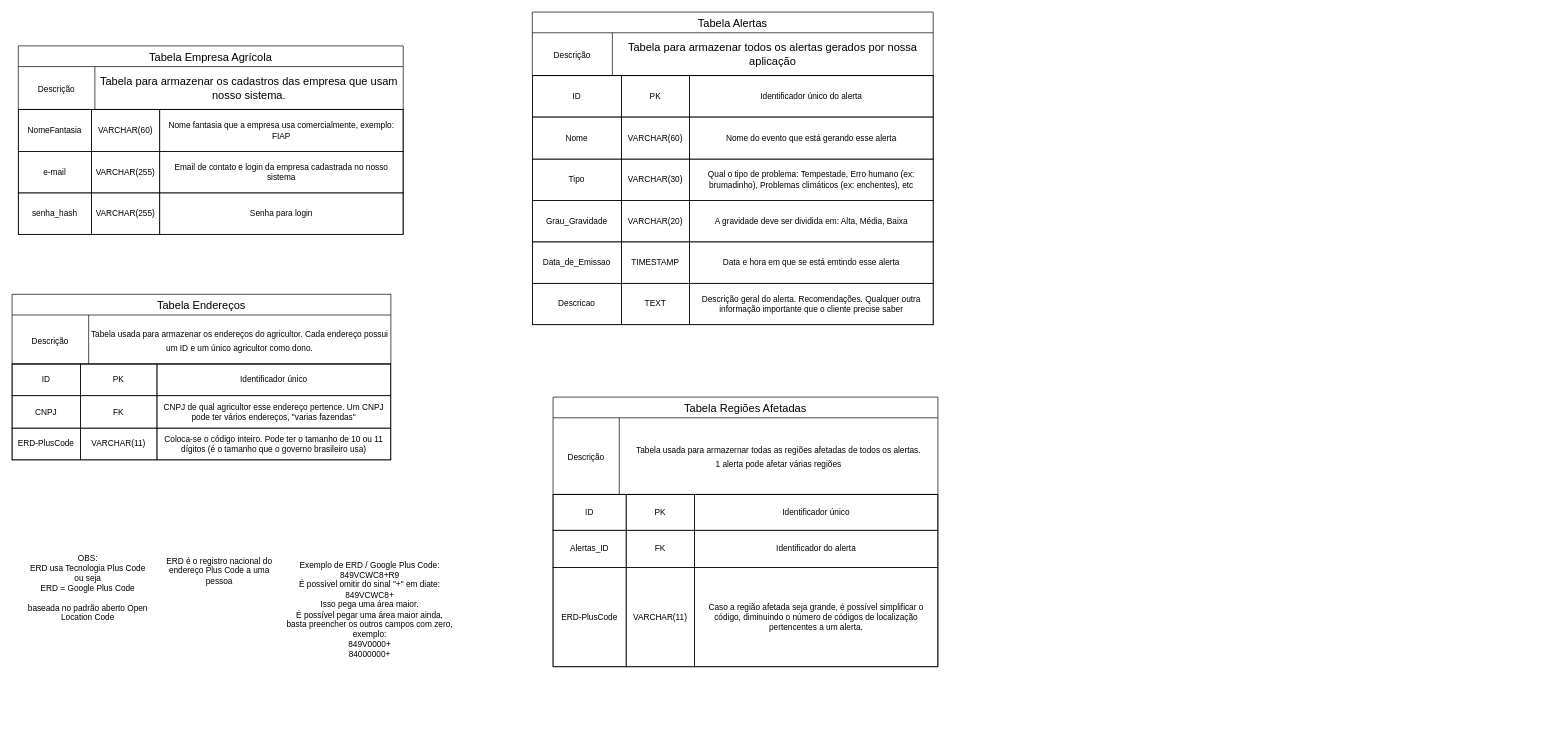
Above: page "Dicionário de dados" (3 of 3) of docs/database-design/Diagrama-ER.drawio in Code-Masters-F/GeoAlerta (draw.io), before the change. Source tidied: cells renumbered, new cells numbered last; positions are measured from the earlier drawing's top-left corner, leaving out a move shared by most shapes. Both pictures are drawn from the tidied source at 69%, with x=0, y=0 at pixel (12, 12).
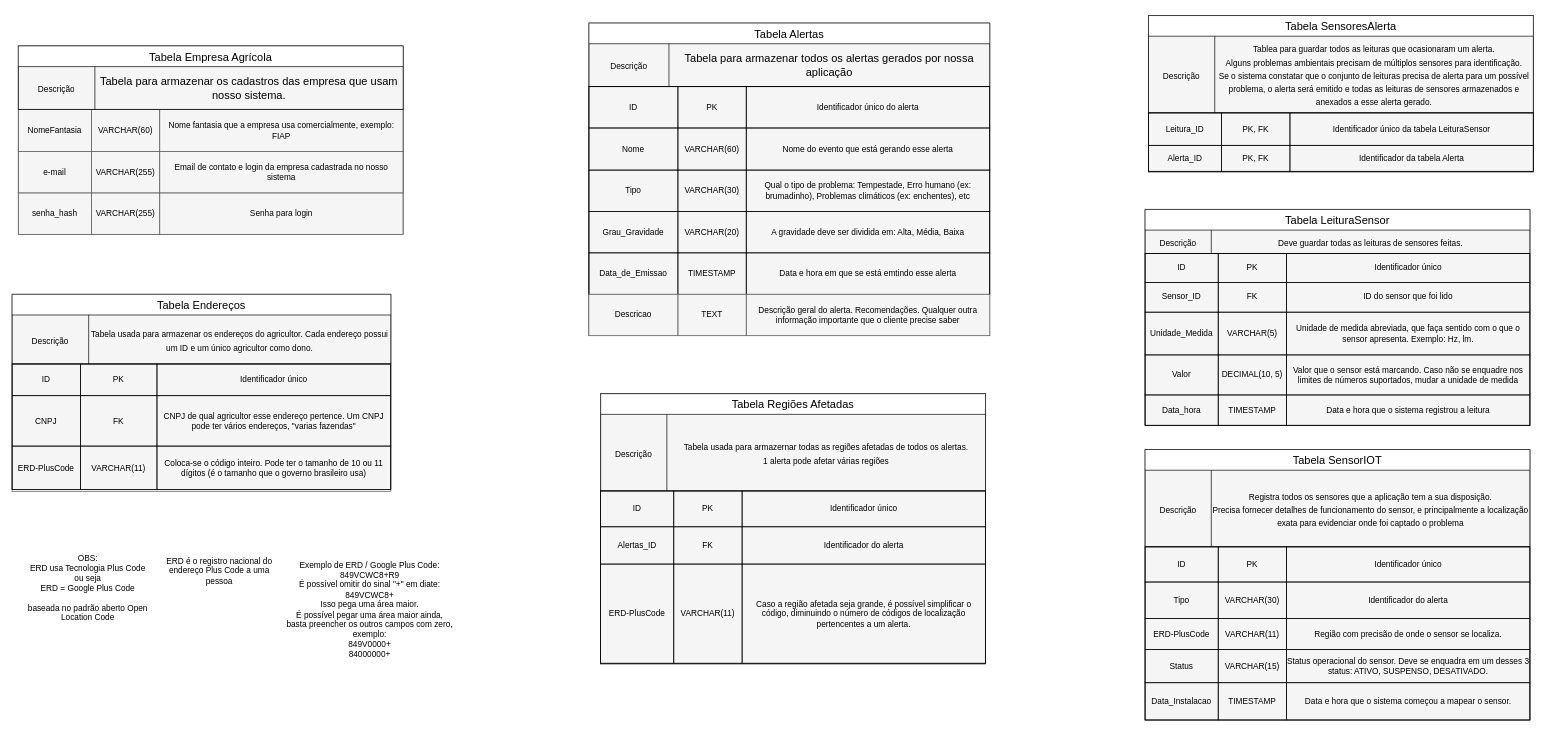
The same diagram, later.

The change refers to these unchanged cells:
```xml
<mxCell id="6" style="childLayout=tableLayout;shadow=0;fillColor=none;" parent="5" vertex="1">
  <mxGeometry y="92.1" width="580.9" height="361" as="geometry" />
</mxCell>
```

Change to the diagram source:
```diff
@@
-    <mxCell id="5" style="group;" parent="1" vertex="1">
-      <mxGeometry x="754" width="581" height="393.1" as="geometry" />
+    <mxCell id="5" style="group;fillColor=#f5f5f5;fontColor=#333333;strokeColor=#666666;" parent="1" vertex="1">
+      <mxGeometry x="836" y="15.9" width="581" height="393.1" as="geometry" />
     </mxCell>
@@
-    <mxCell id="27" style="shape=tableRow;horizontal=0;startSize=0;swimlaneHead=0;swimlaneBody=0;top=0;left=0;bottom=0;right=0;fontStyle=0;fillColor=none;strokeColor=inherit;" parent="6" vertex="1">
+    <mxCell id="27" style="shape=tableRow;horizontal=0;startSize=0;swimlaneHead=0;swimlaneBody=0;top=0;left=0;bottom=0;right=0;fontStyle=0;fillColor=#f5f5f5;strokeColor=#666666;fontColor=#333333;" parent="6" vertex="1">
       <mxGeometry y="301" width="580.9" height="60" as="geometry" />
     </mxCell>
@@
-    <mxCell id="35" style="group;" parent="1" vertex="1">
-      <mxGeometry x="784" y="558" width="557.9" height="392" as="geometry" />
+    <mxCell id="35" style="group;fillColor=#f5f5f5;fontColor=#333333;strokeColor=#666666;" parent="1" vertex="1">
+      <mxGeometry x="853" y="553" width="557.9" height="392" as="geometry" />
     </mxCell>
@@
-    <mxCell id="53" style="group;" parent="1" vertex="1">
+    <mxCell id="53" style="group;fillColor=#f5f5f5;fontColor=#333333;strokeColor=#666666;" parent="1" vertex="1">
       <mxGeometry y="409" width="549" height="286" as="geometry" />
     </mxCell>
     <mxCell id="54" style="childLayout=tableLayout;shadow=0;fillColor=none;" parent="53" vertex="1">
-      <mxGeometry y="101" width="548.7" height="139" as="geometry" />
+      <mxGeometry y="101" width="548.7" height="182.2" as="geometry" />
     </mxCell>
@@
     <mxCell id="59" style="shape=tableRow;horizontal=0;startSize=0;swimlaneHead=0;swimlaneBody=0;top=0;left=0;bottom=0;right=0;fontStyle=0;fillColor=none;strokeColor=inherit;" parent="54" vertex="1">
-      <mxGeometry y="46" width="548.7" height="47" as="geometry" />
+      <mxGeometry y="46" width="548.7" height="73" as="geometry" />
     </mxCell>
     <mxCell id="60" value="CNPJ" style="strokeColor=inherit;fillColor=none;align=center;whiteSpace=wrap;html=1;" parent="59" vertex="1">
-      <mxGeometry width="99" height="47" as="geometry" />
+      <mxGeometry width="99" height="73" as="geometry" />
     </mxCell>
     <mxCell id="61" value="&lt;div&gt;&lt;span style=&quot;background-color: transparent; color: light-dark(rgb(0, 0, 0), rgb(255, 255, 255));&quot;&gt;FK&lt;/span&gt;&lt;/div&gt;" style="strokeColor=inherit;fillColor=none;align=center;whiteSpace=wrap;html=1;" parent="59" vertex="1">
-      <mxGeometry x="99" width="111" height="47" as="geometry" />
+      <mxGeometry x="99" width="111" height="73" as="geometry" />
     </mxCell>
     <mxCell id="62" value="CNPJ de qual agricultor esse endereço pertence. Um CNPJ pode ter vários endereços, &quot;varias fazendas&quot;" style="strokeColor=inherit;fillColor=none;align=center;whiteSpace=wrap;html=1;" parent="59" vertex="1">
-      <mxGeometry x="210" width="339" height="47" as="geometry" />
+      <mxGeometry x="210" width="339" height="73" as="geometry" />
     </mxCell>
     <mxCell id="63" style="shape=tableRow;horizontal=0;startSize=0;swimlaneHead=0;swimlaneBody=0;top=0;left=0;bottom=0;right=0;fontStyle=0;fillColor=none;strokeColor=inherit;" parent="54" vertex="1">
-      <mxGeometry y="93" width="548.7" height="46" as="geometry" />
+      <mxGeometry y="119" width="548.7" height="63" as="geometry" />
     </mxCell>
     <mxCell id="64" value="ERD-PlusCode" style="strokeColor=inherit;fillColor=none;align=center;whiteSpace=wrap;html=1;" parent="63" vertex="1">
-      <mxGeometry width="99" height="46" as="geometry" />
+      <mxGeometry width="99" height="63" as="geometry" />
     </mxCell>
     <mxCell id="65" value="VARCHAR(11)" style="strokeColor=inherit;fillColor=none;align=center;whiteSpace=wrap;html=1;" parent="63" vertex="1">
-      <mxGeometry x="99" width="111" height="46" as="geometry" />
+      <mxGeometry x="99" width="111" height="63" as="geometry" />
     </mxCell>
     <mxCell id="66" value="Coloca-se o código inteiro. Pode ter o tamanho de 10 ou 11 dígitos (é o tamanho que o governo brasileiro usa)" style="strokeColor=inherit;fillColor=none;align=center;whiteSpace=wrap;html=1;" parent="63" vertex="1">
-      <mxGeometry x="210" width="339" height="46" as="geometry" />
+      <mxGeometry x="210" width="339" height="63" as="geometry" />
     </mxCell>
@@
-    <mxCell id="71" style="group;" parent="1" vertex="1">
+    <mxCell id="71" style="group;fillColor=#f5f5f5;fontColor=#333333;strokeColor=#666666;" parent="1" vertex="1">
       <mxGeometry x="9" y="49" width="557.9" height="213.1" as="geometry" />
     </mxCell>
-    <mxCell id="72" style="childLayout=tableLayout;shadow=0;fillColor=none;" parent="71" vertex="1">
+    <mxCell id="72" style="childLayout=tableLayout;shadow=0;fillColor=#f5f5f5;fontColor=#333333;strokeColor=#666666;" parent="71" vertex="1">
       <mxGeometry y="92.1" width="557.5" height="181" as="geometry" />
     </mxCell>
@@
+    <mxCell id="89" style="group;fillColor=#f5f5f5;fontColor=#333333;strokeColor=#666666;" parent="1" vertex="1">
+      <mxGeometry x="1642" y="634" width="557.9" height="392" as="geometry" />
+    </mxCell>
+    <mxCell id="90" style="childLayout=tableLayout;shadow=0;fillColor=none;" parent="89" vertex="1">
+      <mxGeometry y="141" width="557.5" height="251" as="geometry" />
+    </mxCell>
+    <mxCell id="91" style="shape=tableRow;horizontal=0;startSize=0;swimlaneHead=0;swimlaneBody=0;top=0;left=0;bottom=0;right=0;fontStyle=0;fillColor=none;strokeColor=inherit;" parent="90" vertex="1">
+      <mxGeometry width="557.5" height="51" as="geometry" />
+    </mxCell>
+    <mxCell id="92" value="ID" style="strokeColor=inherit;fillColor=none;align=center;whiteSpace=wrap;html=1;" parent="91" vertex="1">
+      <mxGeometry width="106" height="51" as="geometry" />
+    </mxCell>
+    <mxCell id="93" value="PK" style="strokeColor=inherit;fillColor=none;align=center;whiteSpace=wrap;html=1;" parent="91" vertex="1">
+      <mxGeometry x="106" width="99" height="51" as="geometry" />
+    </mxCell>
+    <mxCell id="94" value="Identificador único" style="strokeColor=inherit;fillColor=none;align=center;whiteSpace=wrap;html=1;" parent="91" vertex="1">
+      <mxGeometry x="205" width="353" height="51" as="geometry" />
+    </mxCell>
+    <mxCell id="95" style="shape=tableRow;horizontal=0;startSize=0;swimlaneHead=0;swimlaneBody=0;top=0;left=0;bottom=0;right=0;fontStyle=0;fillColor=none;strokeColor=inherit;" parent="90" vertex="1">
+      <mxGeometry y="51" width="557.5" height="53" as="geometry" />
+    </mxCell>
+    <mxCell id="96" value="Tipo" style="strokeColor=inherit;fillColor=none;align=center;whiteSpace=wrap;html=1;" parent="95" vertex="1">
+      <mxGeometry width="106" height="53" as="geometry" />
+    </mxCell>
+    <mxCell id="97" value="VARCHAR(30)" style="strokeColor=inherit;fillColor=none;align=center;whiteSpace=wrap;html=1;" parent="95" vertex="1">
+      <mxGeometry x="106" width="99" height="53" as="geometry" />
+    </mxCell>
+    <mxCell id="98" value="Identificador do alerta" style="strokeColor=inherit;fillColor=none;align=center;whiteSpace=wrap;html=1;" parent="95" vertex="1">
+      <mxGeometry x="205" width="353" height="53" as="geometry" />
+    </mxCell>
+    <mxCell id="99" style="shape=tableRow;horizontal=0;startSize=0;swimlaneHead=0;swimlaneBody=0;top=0;left=0;bottom=0;right=0;fontStyle=0;fillColor=none;strokeColor=inherit;" parent="90" vertex="1">
+      <mxGeometry y="104" width="557.5" height="45" as="geometry" />
+    </mxCell>
+    <mxCell id="100" value="ERD-PlusCode" style="strokeColor=inherit;fillColor=none;align=center;whiteSpace=wrap;html=1;" parent="99" vertex="1">
+      <mxGeometry width="106" height="45" as="geometry" />
+    </mxCell>
+    <mxCell id="101" value="VARCHAR(11)" style="strokeColor=inherit;fillColor=none;align=center;whiteSpace=wrap;html=1;" parent="99" vertex="1">
+      <mxGeometry x="106" width="99" height="45" as="geometry" />
+    </mxCell>
+    <mxCell id="102" value="Região com precisão de onde o sensor se localiza." style="strokeColor=inherit;fillColor=none;align=center;whiteSpace=wrap;html=1;" parent="99" vertex="1">
+      <mxGeometry x="205" width="353" height="45" as="geometry" />
+    </mxCell>
+    <mxCell id="103" style="shape=tableRow;horizontal=0;startSize=0;swimlaneHead=0;swimlaneBody=0;top=0;left=0;bottom=0;right=0;fontStyle=0;fillColor=none;strokeColor=inherit;" parent="90" vertex="1">
+      <mxGeometry y="149" width="557.5" height="48" as="geometry" />
+    </mxCell>
+    <mxCell id="104" value="Status" style="strokeColor=inherit;fillColor=none;align=center;whiteSpace=wrap;html=1;" parent="103" vertex="1">
+      <mxGeometry width="106" height="48" as="geometry" />
+    </mxCell>
+    <mxCell id="105" value="VARCHAR(15)" style="strokeColor=inherit;fillColor=none;align=center;whiteSpace=wrap;html=1;" parent="103" vertex="1">
+      <mxGeometry x="106" width="99" height="48" as="geometry" />
+    </mxCell>
+    <mxCell id="106" value="Status operacional do sensor. Deve se enquadra em um desses 3 status: ATIVO, SUSPENSO, DESATIVADO." style="strokeColor=inherit;fillColor=none;align=center;whiteSpace=wrap;html=1;" parent="103" vertex="1">
+      <mxGeometry x="205" width="353" height="48" as="geometry" />
+    </mxCell>
+    <mxCell id="107" style="shape=tableRow;horizontal=0;startSize=0;swimlaneHead=0;swimlaneBody=0;top=0;left=0;bottom=0;right=0;fontStyle=0;fillColor=none;strokeColor=inherit;" parent="90" vertex="1">
+      <mxGeometry y="197" width="557.5" height="54" as="geometry" />
+    </mxCell>
+    <mxCell id="108" value="Data_Instalacao" style="strokeColor=inherit;fillColor=none;align=center;whiteSpace=wrap;html=1;" parent="107" vertex="1">
+      <mxGeometry width="106" height="54" as="geometry" />
+    </mxCell>
+    <mxCell id="109" value="TIMESTAMP" style="strokeColor=inherit;fillColor=none;align=center;whiteSpace=wrap;html=1;" parent="107" vertex="1">
+      <mxGeometry x="106" width="99" height="54" as="geometry" />
+    </mxCell>
+    <mxCell id="110" value="Data e hora que o sistema começou a mapear o sensor." style="strokeColor=inherit;fillColor=none;align=center;whiteSpace=wrap;html=1;" parent="107" vertex="1">
+      <mxGeometry x="205" width="353" height="54" as="geometry" />
+    </mxCell>
+    <mxCell id="111" value="Tabela SensorIOT" style="shape=table;startSize=30;childLayout=tableLayout;strokeColor=default;fontSize=16;" parent="89" vertex="1">
+      <mxGeometry width="557.8" height="141" as="geometry" />
+    </mxCell>
+    <mxCell id="112" style="shape=tableRow;horizontal=0;startSize=0;swimlaneHead=0;swimlaneBody=0;strokeColor=inherit;top=0;left=0;bottom=0;right=0;fillColor=none;fontSize=16;" parent="111" vertex="1">
+      <mxGeometry y="30" width="557.8" height="111" as="geometry" />
+    </mxCell>
+    <mxCell id="113" value="&lt;span style=&quot;font-size: 12px;&quot;&gt;Descrição&lt;/span&gt;" style="shape=partialRectangle;html=1;whiteSpace=wrap;strokeColor=inherit;overflow=hidden;fillColor=none;top=0;left=0;bottom=0;right=0;fontSize=16;" parent="112" vertex="1">
+      <mxGeometry width="96" height="111" as="geometry" />
+    </mxCell>
+    <mxCell id="114" value="&lt;span style=&quot;font-size: 12px;&quot;&gt;Registra todos os sensores que a aplicação tem a sua disposição.&lt;br&gt;Precisa fornecer detalhes de funcionamento do sensor, e principalmente a localização exata para evidenciar onde foi captado o problema&lt;/span&gt;" style="shape=partialRectangle;html=1;whiteSpace=wrap;strokeColor=inherit;overflow=hidden;fillColor=none;top=0;left=0;bottom=0;right=0;fontSize=16;" parent="112" vertex="1">
+      <mxGeometry x="96" width="462" height="111" as="geometry" />
+    </mxCell>
+    <mxCell id="115" style="group;fillColor=#f5f5f5;fontColor=#333333;strokeColor=#666666;" parent="1" vertex="1">
+      <mxGeometry x="1642" y="286" width="557.9" height="313" as="geometry" />
+    </mxCell>
+    <mxCell id="116" style="childLayout=tableLayout;shadow=0;fillColor=none;" parent="115" vertex="1">
+      <mxGeometry y="63.9" width="557.5" height="248.9" as="geometry" />
+    </mxCell>
+    <mxCell id="117" style="shape=tableRow;horizontal=0;startSize=0;swimlaneHead=0;swimlaneBody=0;top=0;left=0;bottom=0;right=0;fontStyle=0;fillColor=none;strokeColor=inherit;" parent="116" vertex="1">
+      <mxGeometry width="557.5" height="42" as="geometry" />
+    </mxCell>
+    <mxCell id="118" value="ID" style="strokeColor=inherit;fillColor=none;align=center;whiteSpace=wrap;html=1;" parent="117" vertex="1">
+      <mxGeometry width="106" height="42" as="geometry" />
+    </mxCell>
+    <mxCell id="119" value="PK" style="strokeColor=inherit;fillColor=none;align=center;whiteSpace=wrap;html=1;" parent="117" vertex="1">
+      <mxGeometry x="106" width="99" height="42" as="geometry" />
+    </mxCell>
+    <mxCell id="120" value="Identificador único" style="strokeColor=inherit;fillColor=none;align=center;whiteSpace=wrap;html=1;" parent="117" vertex="1">
+      <mxGeometry x="205" width="353" height="42" as="geometry" />
+    </mxCell>
+    <mxCell id="121" style="shape=tableRow;horizontal=0;startSize=0;swimlaneHead=0;swimlaneBody=0;top=0;left=0;bottom=0;right=0;fontStyle=0;fillColor=none;strokeColor=inherit;" parent="116" vertex="1">
+      <mxGeometry y="42" width="557.5" height="43" as="geometry" />
+    </mxCell>
+    <mxCell id="122" value="Sensor_ID" style="strokeColor=inherit;fillColor=none;align=center;whiteSpace=wrap;html=1;" parent="121" vertex="1">
+      <mxGeometry width="106" height="43" as="geometry" />
+    </mxCell>
+    <mxCell id="123" value="FK" style="strokeColor=inherit;fillColor=none;align=center;whiteSpace=wrap;html=1;" parent="121" vertex="1">
+      <mxGeometry x="106" width="99" height="43" as="geometry" />
+    </mxCell>
+    <mxCell id="124" value="ID do sensor que foi lido" style="strokeColor=inherit;fillColor=none;align=center;whiteSpace=wrap;html=1;" parent="121" vertex="1">
+      <mxGeometry x="205" width="353" height="43" as="geometry" />
+    </mxCell>
+    <mxCell id="125" style="shape=tableRow;horizontal=0;startSize=0;swimlaneHead=0;swimlaneBody=0;top=0;left=0;bottom=0;right=0;fontStyle=0;fillColor=none;strokeColor=inherit;" parent="116" vertex="1">
+      <mxGeometry y="85" width="557.5" height="62" as="geometry" />
+    </mxCell>
+    <mxCell id="126" value="Unidade_Medida" style="strokeColor=inherit;fillColor=none;align=center;whiteSpace=wrap;html=1;" parent="125" vertex="1">
+      <mxGeometry width="106" height="62" as="geometry" />
+    </mxCell>
+    <mxCell id="127" value="VARCHAR(5)" style="strokeColor=inherit;fillColor=none;align=center;whiteSpace=wrap;html=1;" parent="125" vertex="1">
+      <mxGeometry x="106" width="99" height="62" as="geometry" />
+    </mxCell>
+    <mxCell id="128" value="Unidade de medida abreviada, que faça sentido com o que o sensor apresenta. Exemplo: Hz, lm." style="strokeColor=inherit;fillColor=none;align=center;whiteSpace=wrap;html=1;" parent="125" vertex="1">
+      <mxGeometry x="205" width="353" height="62" as="geometry" />
+    </mxCell>
+    <mxCell id="129" style="shape=tableRow;horizontal=0;startSize=0;swimlaneHead=0;swimlaneBody=0;top=0;left=0;bottom=0;right=0;fontStyle=0;fillColor=none;strokeColor=inherit;" parent="116" vertex="1">
+      <mxGeometry y="147" width="557.5" height="58" as="geometry" />
+    </mxCell>
+    <mxCell id="130" value="Valor" style="strokeColor=inherit;fillColor=none;align=center;whiteSpace=wrap;html=1;" parent="129" vertex="1">
+      <mxGeometry width="106" height="58" as="geometry" />
+    </mxCell>
+    <mxCell id="131" value="DECIMAL(10, 5)" style="strokeColor=inherit;fillColor=none;align=center;whiteSpace=wrap;html=1;" parent="129" vertex="1">
+      <mxGeometry x="106" width="99" height="58" as="geometry" />
+    </mxCell>
+    <mxCell id="132" value="Valor que o sensor está marcando. Caso não se enquadre nos limites de números suportados, mudar a unidade de medida" style="strokeColor=inherit;fillColor=none;align=center;whiteSpace=wrap;html=1;" parent="129" vertex="1">
+      <mxGeometry x="205" width="353" height="58" as="geometry" />
+    </mxCell>
+    <mxCell id="133" style="shape=tableRow;horizontal=0;startSize=0;swimlaneHead=0;swimlaneBody=0;top=0;left=0;bottom=0;right=0;fontStyle=0;fillColor=none;strokeColor=inherit;" parent="116" vertex="1">
+      <mxGeometry y="205" width="557.5" height="44" as="geometry" />
+    </mxCell>
+    <mxCell id="134" value="Data_hora" style="strokeColor=inherit;fillColor=none;align=center;whiteSpace=wrap;html=1;" parent="133" vertex="1">
+      <mxGeometry width="106" height="44" as="geometry" />
+    </mxCell>
+    <mxCell id="135" value="TIMESTAMP" style="strokeColor=inherit;fillColor=none;align=center;whiteSpace=wrap;html=1;" parent="133" vertex="1">
+      <mxGeometry x="106" width="99" height="44" as="geometry" />
+    </mxCell>
+    <mxCell id="136" value="Data e hora que o sistema registrou a leitura" style="strokeColor=inherit;fillColor=none;align=center;whiteSpace=wrap;html=1;" parent="133" vertex="1">
+      <mxGeometry x="205" width="353" height="44" as="geometry" />
+    </mxCell>
+    <mxCell id="137" value="Tabela LeituraSensor" style="shape=table;startSize=30;childLayout=tableLayout;strokeColor=default;fontSize=16;" parent="115" vertex="1">
+      <mxGeometry width="557.8" height="63.9" as="geometry" />
+    </mxCell>
+    <mxCell id="138" style="shape=tableRow;horizontal=0;startSize=0;swimlaneHead=0;swimlaneBody=0;strokeColor=inherit;top=0;left=0;bottom=0;right=0;fillColor=none;fontSize=16;" parent="137" vertex="1">
+      <mxGeometry y="30" width="557.8" height="34" as="geometry" />
+    </mxCell>
+    <mxCell id="139" value="&lt;span style=&quot;font-size: 12px;&quot;&gt;Descrição&lt;/span&gt;" style="shape=partialRectangle;html=1;whiteSpace=wrap;strokeColor=inherit;overflow=hidden;fillColor=none;top=0;left=0;bottom=0;right=0;fontSize=16;" parent="138" vertex="1">
+      <mxGeometry width="96" height="34" as="geometry" />
+    </mxCell>
+    <mxCell id="140" value="&lt;span style=&quot;font-size: 12px;&quot;&gt;Deve guardar todas as leituras de sensores feitas.&lt;/span&gt;" style="shape=partialRectangle;html=1;whiteSpace=wrap;strokeColor=inherit;overflow=hidden;fillColor=none;top=0;left=0;bottom=0;right=0;fontSize=16;" parent="138" vertex="1">
+      <mxGeometry x="96" width="462" height="34" as="geometry" />
+    </mxCell>
+    <mxCell id="141" value=" " style="group;fillColor=#f5f5f5;fontColor=#333333;strokeColor=#666666;" parent="1" vertex="1">
+      <mxGeometry x="1647" y="5" width="557.9" height="227" as="geometry" />
+    </mxCell>
+    <mxCell id="142" style="childLayout=tableLayout;shadow=0;fillColor=none;" parent="141" vertex="1">
+      <mxGeometry y="141.1" width="557.5" height="84.6" as="geometry" />
+    </mxCell>
+    <mxCell id="143" style="shape=tableRow;horizontal=0;startSize=0;swimlaneHead=0;swimlaneBody=0;top=0;left=0;bottom=0;right=0;fontStyle=0;fillColor=none;strokeColor=inherit;" parent="142" vertex="1">
+      <mxGeometry width="557.5" height="47" as="geometry" />
+    </mxCell>
+    <mxCell id="144" value="Leitura_ID" style="strokeColor=inherit;fillColor=none;align=center;whiteSpace=wrap;html=1;" parent="143" vertex="1">
+      <mxGeometry width="106" height="47" as="geometry" />
+    </mxCell>
+    <mxCell id="145" value="PK, FK" style="strokeColor=inherit;fillColor=none;align=center;whiteSpace=wrap;html=1;" parent="143" vertex="1">
+      <mxGeometry x="106" width="99" height="47" as="geometry" />
+    </mxCell>
+    <mxCell id="146" value="Identificador único da tabela LeituraSensor" style="strokeColor=inherit;fillColor=none;align=center;whiteSpace=wrap;html=1;" parent="143" vertex="1">
+      <mxGeometry x="205" width="353" height="47" as="geometry" />
+    </mxCell>
+    <mxCell id="147" style="shape=tableRow;horizontal=0;startSize=0;swimlaneHead=0;swimlaneBody=0;top=0;left=0;bottom=0;right=0;fontStyle=0;fillColor=none;strokeColor=inherit;" parent="142" vertex="1">
+      <mxGeometry y="47" width="557.5" height="38" as="geometry" />
+    </mxCell>
+    <mxCell id="148" value="Alerta_ID" style="strokeColor=inherit;fillColor=none;align=center;whiteSpace=wrap;html=1;" parent="147" vertex="1">
+      <mxGeometry width="106" height="38" as="geometry" />
+    </mxCell>
+    <mxCell id="149" value="PK, FK" style="strokeColor=inherit;fillColor=none;align=center;whiteSpace=wrap;html=1;" parent="147" vertex="1">
+      <mxGeometry x="106" width="99" height="38" as="geometry" />
+    </mxCell>
+    <mxCell id="150" value="Identificador da tabela Alerta" style="strokeColor=inherit;fillColor=none;align=center;whiteSpace=wrap;html=1;" parent="147" vertex="1">
+      <mxGeometry x="205" width="353" height="38" as="geometry" />
+    </mxCell>
+    <mxCell id="151" value="Tabela SensoresAlerta" style="shape=table;startSize=30;childLayout=tableLayout;strokeColor=default;fontSize=16;" parent="141" vertex="1">
+      <mxGeometry width="557.8" height="141" as="geometry" />
+    </mxCell>
+    <mxCell id="152" style="shape=tableRow;horizontal=0;startSize=0;swimlaneHead=0;swimlaneBody=0;strokeColor=inherit;top=0;left=0;bottom=0;right=0;fillColor=none;fontSize=16;" parent="151" vertex="1">
+      <mxGeometry y="30" width="557.8" height="111" as="geometry" />
+    </mxCell>
+    <mxCell id="153" value="&lt;span style=&quot;font-size: 12px;&quot;&gt;Descrição&lt;/span&gt;" style="shape=partialRectangle;html=1;whiteSpace=wrap;strokeColor=inherit;overflow=hidden;fillColor=none;top=0;left=0;bottom=0;right=0;fontSize=16;" parent="152" vertex="1">
+      <mxGeometry width="96" height="111" as="geometry" />
+    </mxCell>
+    <mxCell id="154" value="&lt;span style=&quot;font-size: 12px;&quot;&gt;Tablea para guardar todos as leituras que ocasionaram um alerta.&lt;br&gt;Alguns problemas ambientais precisam de múltiplos sensores para identificação.&lt;/span&gt;&lt;div&gt;&lt;span style=&quot;font-size: 12px;&quot;&gt;Se o sistema constatar que o conjunto de leituras precisa de alerta para um possível problema, o alerta será emitido e todas as leituras de sensores armazenados e anexados a esse alerta gerado.&lt;/span&gt;&lt;/div&gt;" style="shape=partialRectangle;html=1;whiteSpace=wrap;strokeColor=inherit;overflow=hidden;fillColor=none;top=0;left=0;bottom=0;right=0;fontSize=16;" parent="152" vertex="1">
+      <mxGeometry x="96" width="462" height="111" as="geometry" />
+    </mxCell>
```
